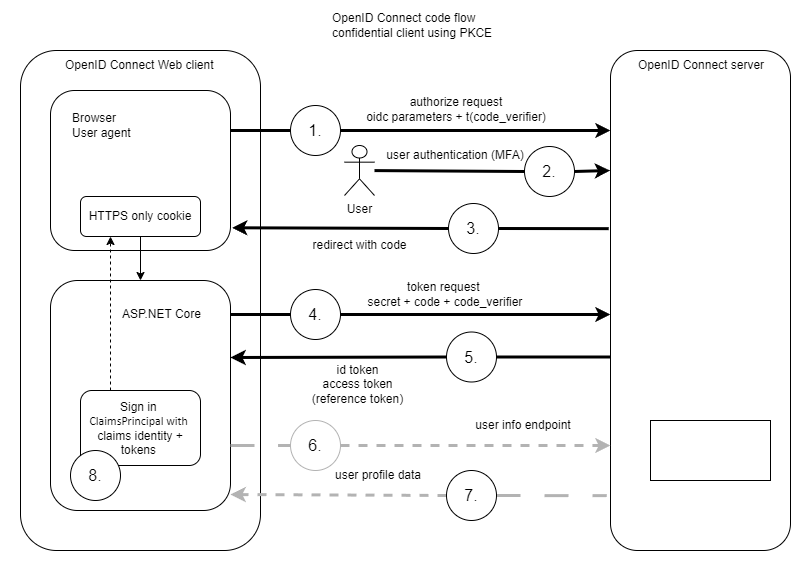
The draw.io diagram aspnetcore/security/authentication/configure-oidc-web-authentication/_static/oidc-confidential-pkce-flow-drawio.png in dotnet/AspNetCore.Docs, before a commit. Source tidied: cells renumbered, new cells last; positions are measured from the earlier drawing's top-left corner, leaving out a move shared by most shapes.
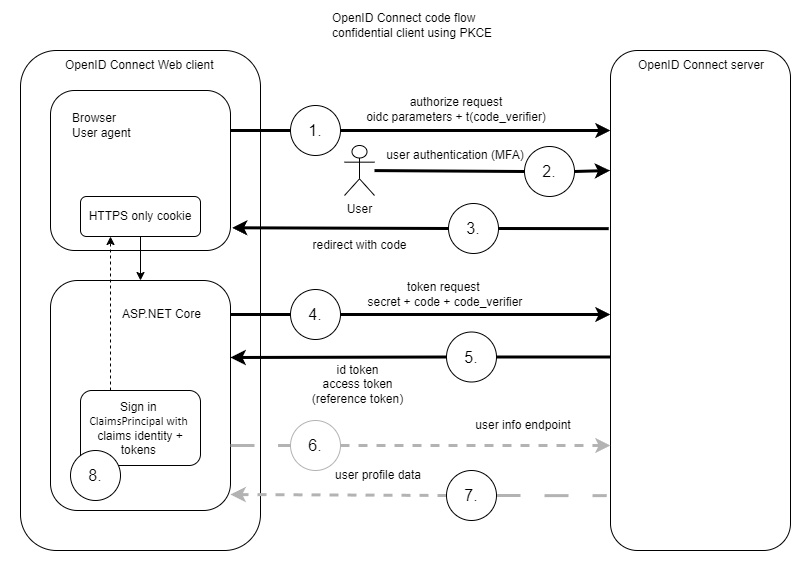
The same file after the commit.

The edit, as a diff of the source:
```diff
@@ -154,8 +154,5 @@
     <mxCell id="45" value="&lt;font style=&quot;font-size: 16px;&quot;&gt;8.&lt;/font&gt;" style="ellipse;whiteSpace=wrap;html=1;" parent="1" vertex="1">
       <mxGeometry x="70" y="450" width="50" height="50" as="geometry" />
     </mxCell>
-    <mxCell id="46" style="rounded=0;whiteSpace=wrap;html=1;" parent="1" vertex="1">
-      <mxGeometry x="650" y="420" width="120" height="60" as="geometry" />
-    </mxCell>
   </root>
 </mxGraphModel>
```
